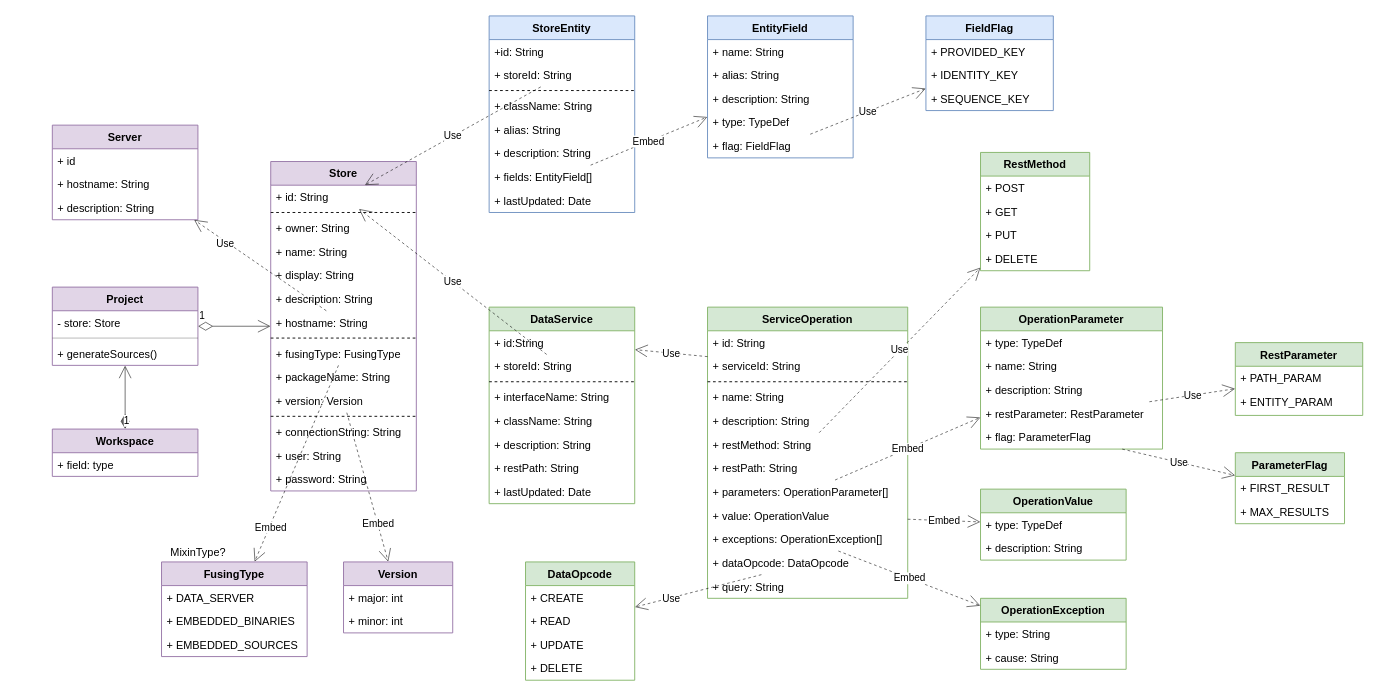
Before: page "API Gateway Meta" (1 of 7) of doc/diagrams.drawio in js-lib-com/tiny-store, a draw.io diagram. Source tidied: cells renumbered, new cells numbered last; positions are measured from the earlier drawing's top-left corner, leaving out a move shared by most shapes. Both pictures are drawn from the tidied source at 91%, with x=0, y=0 at pixel (52, 15).
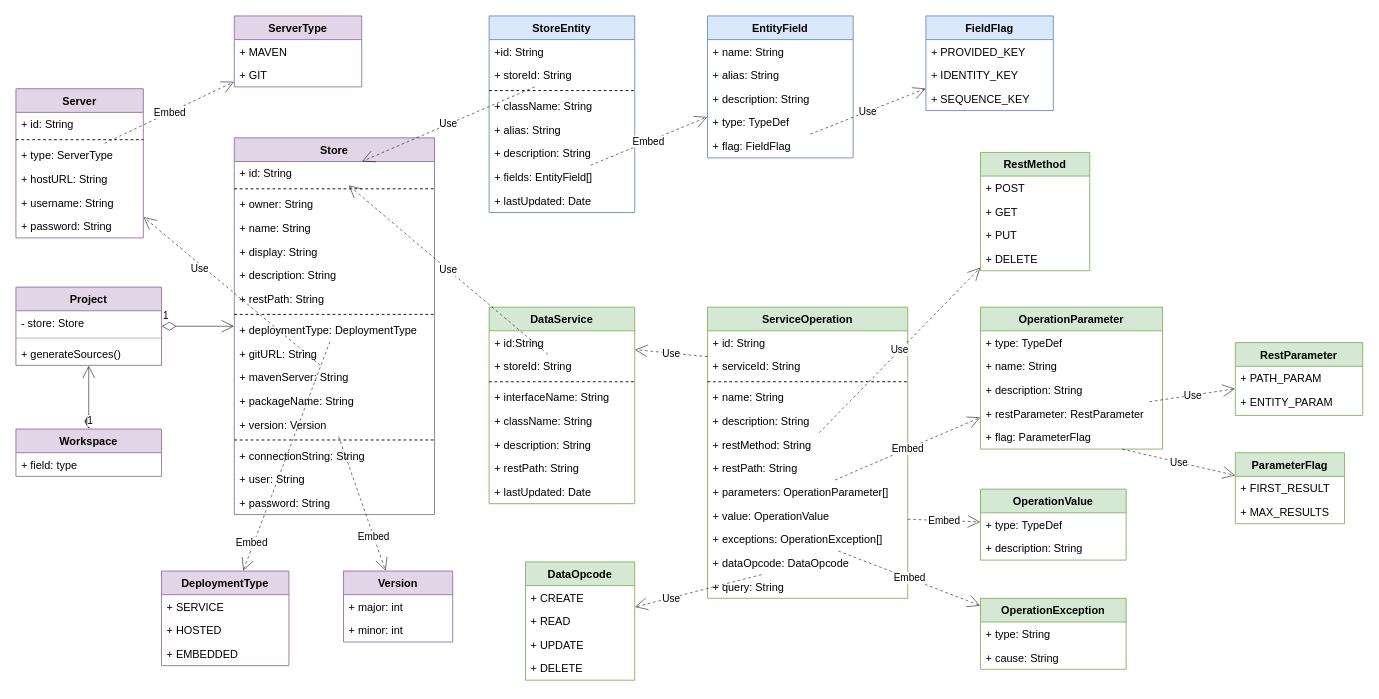
Above is the later version.

Diff of the diagram source:
```diff
@@
     <mxCell id="2" value="Store" style="swimlane;fontStyle=1;align=center;verticalAlign=top;horizontal=1;startSize=26;rounded=0;fillColor=#e1d5e7;strokeColor=#9673a6;" parent="1" vertex="1">
-      <mxGeometry x="240" y="160" width="160" height="362" as="geometry" />
+      <mxGeometry x="200" y="134" width="220" height="414" as="geometry" />
     </mxCell>
     <mxCell id="3" value="+ id: String" style="text;strokeColor=none;fillColor=none;align=left;verticalAlign=top;spacingLeft=4;spacingRight=4;overflow=hidden;points=[[0,0.5],[1,0.5]];portConstraint=eastwest;" parent="2" vertex="1">
-      <mxGeometry y="26" width="160" height="26" as="geometry" />
+      <mxGeometry y="26" width="220" height="26" as="geometry" />
     </mxCell>
     <mxCell id="4" style="line;strokeWidth=1;fillColor=none;align=left;verticalAlign=middle;spacingTop=-1;spacingLeft=3;spacingRight=3;labelPosition=right;dashed=1;" parent="2" vertex="1">
-      <mxGeometry y="52" width="160" height="8" as="geometry" />
+      <mxGeometry y="52" width="220" height="8" as="geometry" />
     </mxCell>
     <mxCell id="5" value="+ owner: String" style="text;strokeColor=none;fillColor=none;align=left;verticalAlign=top;spacingLeft=4;spacingRight=4;overflow=hidden;rounded=0;opacity=30;" parent="2" vertex="1">
-      <mxGeometry y="60" width="160" height="26" as="geometry" />
+      <mxGeometry y="60" width="220" height="26" as="geometry" />
     </mxCell>
     <mxCell id="6" value="+ name: String" style="text;strokeColor=none;fillColor=none;align=left;verticalAlign=top;spacingLeft=4;spacingRight=4;overflow=hidden;dashed=1;" parent="2" vertex="1">
-      <mxGeometry y="86" width="160" height="26" as="geometry" />
+      <mxGeometry y="86" width="220" height="26" as="geometry" />
     </mxCell>
     <mxCell id="7" value="+ display: String" style="text;strokeColor=none;fillColor=none;align=left;verticalAlign=top;spacingLeft=4;spacingRight=4;overflow=hidden;rounded=0;opacity=30;" parent="2" vertex="1">
-      <mxGeometry y="112" width="160" height="26" as="geometry" />
+      <mxGeometry y="112" width="220" height="26" as="geometry" />
     </mxCell>
     <mxCell id="8" value="+ description: String" style="text;strokeColor=none;fillColor=none;align=left;verticalAlign=top;spacingLeft=4;spacingRight=4;overflow=hidden;rounded=0;opacity=30;" parent="2" vertex="1">
-      <mxGeometry y="138" width="160" height="26" as="geometry" />
+      <mxGeometry y="138" width="220" height="26" as="geometry" />
     </mxCell>
-    <mxCell id="9" value="+ hostname: String" style="text;strokeColor=none;fillColor=none;align=left;verticalAlign=top;spacingLeft=4;spacingRight=4;overflow=hidden;points=[[0,0.5],[1,0.5]];portConstraint=eastwest;" parent="2" vertex="1">
-      <mxGeometry y="164" width="160" height="26" as="geometry" />
-    </mxCell>
+    <mxCell id="122" value="+ restPath: String" style="text;strokeColor=none;fillColor=none;align=left;verticalAlign=top;spacingLeft=4;spacingRight=4;overflow=hidden;" parent="2" vertex="1">
+      <mxGeometry y="164" width="220" height="26" as="geometry" />
+    </mxCell>
     <mxCell id="10" style="line;strokeWidth=1;fillColor=none;align=left;verticalAlign=middle;spacingTop=-1;spacingLeft=3;spacingRight=3;labelPosition=right;dashed=1;" parent="2" vertex="1">
-      <mxGeometry y="190" width="160" height="8" as="geometry" />
+      <mxGeometry y="190" width="220" height="8" as="geometry" />
     </mxCell>
-    <mxCell id="11" value="+ fusingType: FusingType" style="text;strokeColor=none;fillColor=none;align=left;verticalAlign=top;spacingLeft=4;spacingRight=4;overflow=hidden;points=[[0,0.5],[1,0.5]];portConstraint=eastwest;" parent="2" vertex="1">
-      <mxGeometry y="198" width="160" height="26" as="geometry" />
+    <mxCell id="11" value="+ deploymentType: DeploymentType" style="text;strokeColor=none;fillColor=none;align=left;verticalAlign=top;spacingLeft=4;spacingRight=4;overflow=hidden;points=[[0,0.5],[1,0.5]];portConstraint=eastwest;" parent="2" vertex="1">
+      <mxGeometry y="198" width="220" height="26" as="geometry" />
     </mxCell>
+    <mxCell id="123" value="+ gitURL: String" style="text;strokeColor=none;fillColor=none;align=left;verticalAlign=top;spacingLeft=4;spacingRight=4;overflow=hidden;" parent="2" vertex="1">
+      <mxGeometry y="224" width="220" height="26" as="geometry" />
+    </mxCell>
+    <mxCell id="124" value="+ mavenServer: String" style="text;strokeColor=none;fillColor=none;align=left;verticalAlign=top;spacingLeft=4;spacingRight=4;overflow=hidden;points=[[0,0.5],[1,0.5]];portConstraint=eastwest;" parent="2" vertex="1">
+      <mxGeometry y="250" width="220" height="26" as="geometry" />
+    </mxCell>
     <mxCell id="12" value="+ packageName: String" style="text;strokeColor=none;fillColor=none;align=left;verticalAlign=top;spacingLeft=4;spacingRight=4;overflow=hidden;rounded=0;opacity=30;" parent="2" vertex="1">
-      <mxGeometry y="224" width="160" height="26" as="geometry" />
+      <mxGeometry y="276" width="220" height="26" as="geometry" />
     </mxCell>
     <mxCell id="13" value="+ version: Version" style="text;strokeColor=none;fillColor=none;align=left;verticalAlign=top;spacingLeft=4;spacingRight=4;overflow=hidden;points=[[0,0.5],[1,0.5]];portConstraint=eastwest;rounded=0;opacity=30;" parent="2" vertex="1">
-      <mxGeometry y="250" width="160" height="26" as="geometry" />
+      <mxGeometry y="302" width="220" height="26" as="geometry" />
     </mxCell>
     <mxCell id="14" style="line;strokeWidth=1;fillColor=none;align=left;verticalAlign=middle;spacingTop=-1;spacingLeft=3;spacingRight=3;labelPosition=right;dashed=1;" parent="2" vertex="1">
-      <mxGeometry y="276" width="160" height="8" as="geometry" />
+      <mxGeometry y="328" width="220" height="8" as="geometry" />
     </mxCell>
     <mxCell id="15" value="+ connectionString: String" style="text;strokeColor=none;fillColor=none;align=left;verticalAlign=top;spacingLeft=4;spacingRight=4;overflow=hidden;rounded=0;opacity=30;" parent="2" vertex="1">
-      <mxGeometry y="284" width="160" height="26" as="geometry" />
+      <mxGeometry y="336" width="220" height="26" as="geometry" />
     </mxCell>
     <mxCell id="16" value="+ user: String" style="text;strokeColor=none;fillColor=none;align=left;verticalAlign=top;spacingLeft=4;spacingRight=4;overflow=hidden;rounded=0;opacity=30;" parent="2" vertex="1">
-      <mxGeometry y="310" width="160" height="26" as="geometry" />
+      <mxGeometry y="362" width="220" height="26" as="geometry" />
     </mxCell>
     <mxCell id="17" value="+ password: String" style="text;strokeColor=none;fillColor=none;align=left;verticalAlign=top;spacingLeft=4;spacingRight=4;overflow=hidden;rounded=0;opacity=30;" parent="2" vertex="1">
-      <mxGeometry y="336" width="160" height="26" as="geometry" />
+      <mxGeometry y="388" width="220" height="26" as="geometry" />
     </mxCell>
@@
     <mxCell id="36" value="Workspace" style="swimlane;fontStyle=1;align=center;verticalAlign=top;horizontal=1;startSize=26;rounded=0;fillColor=#e1d5e7;strokeColor=#9673a6;" parent="1" vertex="1">
-      <mxGeometry y="454" width="160" height="52" as="geometry" />
+      <mxGeometry x="-40" y="454" width="160" height="52" as="geometry" />
     </mxCell>
@@
     <mxCell id="38" value="Project" style="swimlane;fontStyle=1;align=center;verticalAlign=top;horizontal=1;startSize=26;rounded=0;fillColor=#e1d5e7;strokeColor=#9673a6;" parent="1" vertex="1">
-      <mxGeometry y="298" width="160" height="86" as="geometry" />
+      <mxGeometry x="-40" y="298" width="160" height="86" as="geometry" />
     </mxCell>
@@
-    <mxCell id="96" value="Server" style="swimlane;fontStyle=1;horizontal=1;startSize=26;fillColor=#e1d5e7;strokeColor=#9673a6;" parent="1" vertex="1">
-      <mxGeometry y="120" width="160" height="104" as="geometry" />
-    </mxCell>
-    <mxCell id="97" value="+ id" style="text;strokeColor=none;fillColor=none;align=left;verticalAlign=top;spacingLeft=4;spacingRight=4;overflow=hidden;" parent="96" vertex="1">
-      <mxGeometry y="26" width="160" height="26" as="geometry" />
-    </mxCell>
-    <mxCell id="98" value="+ hostname: String" style="text;strokeColor=none;fillColor=none;align=left;verticalAlign=top;spacingLeft=4;spacingRight=4;overflow=hidden;" parent="96" vertex="1">
-      <mxGeometry y="52" width="160" height="26" as="geometry" />
-    </mxCell>
-    <mxCell id="99" value="+ description: String" style="text;strokeColor=none;fillColor=none;align=left;verticalAlign=top;spacingLeft=4;spacingRight=4;overflow=hidden;" parent="96" vertex="1">
-      <mxGeometry y="78" width="160" height="26" as="geometry" />
-    </mxCell>
-    <mxCell id="100" value="Use" style="endArrow=open;endSize=12;dashed=1;html=1;rounded=0;opacity=60;" parent="1" edge="1" source="9" target="96">
-      <mxGeometry x="0.51" y="2" relative="1" as="geometry" />
-    </mxCell>
@@
     <mxCell id="112" value="Version" style="swimlane;fontStyle=1;align=center;verticalAlign=top;horizontal=1;startSize=26;fillColor=#e1d5e7;strokeColor=#9673a6;" parent="1" vertex="1">
-      <mxGeometry x="320" y="600" width="120" height="78" as="geometry" />
+      <mxGeometry x="320" y="610" width="120" height="78" as="geometry" />
     </mxCell>
@@
-    <mxCell id="116" value="FusingType" style="swimlane;fontStyle=1;horizontal=1;startSize=26;fillColor=#e1d5e7;strokeColor=#9673a6;" parent="1" vertex="1">
-      <mxGeometry x="120" y="600" width="160" height="104" as="geometry" />
+    <mxCell id="116" value="DeploymentType" style="swimlane;fontStyle=1;horizontal=1;startSize=26;fillColor=#e1d5e7;strokeColor=#9673a6;" parent="1" vertex="1">
+      <mxGeometry x="120" y="610" width="140" height="104" as="geometry" />
     </mxCell>
-    <mxCell id="117" value="+ DATA_SERVER" style="text;strokeColor=none;fillColor=none;align=left;verticalAlign=top;spacingLeft=4;spacingRight=4;overflow=hidden;" parent="116" vertex="1">
-      <mxGeometry y="26" width="160" height="26" as="geometry" />
+    <mxCell id="117" value="+ SERVICE" style="text;strokeColor=none;fillColor=none;align=left;verticalAlign=top;spacingLeft=4;spacingRight=4;overflow=hidden;" parent="116" vertex="1">
+      <mxGeometry y="26" width="140" height="26" as="geometry" />
     </mxCell>
+    <mxCell id="125" value="+ HOSTED" style="text;strokeColor=none;fillColor=none;align=left;verticalAlign=top;spacingLeft=4;spacingRight=4;overflow=hidden;" parent="116" vertex="1">
+      <mxGeometry y="52" width="140" height="26" as="geometry" />
+    </mxCell>
-    <mxCell id="118" value="+ EMBEDDED_BINARIES" style="text;strokeColor=none;fillColor=none;align=left;verticalAlign=top;spacingLeft=4;spacingRight=4;overflow=hidden;" parent="116" vertex="1">
-      <mxGeometry y="52" width="160" height="26" as="geometry" />
+    <mxCell id="118" value="+ EMBEDDED" style="text;strokeColor=none;fillColor=none;align=left;verticalAlign=top;spacingLeft=4;spacingRight=4;overflow=hidden;" parent="116" vertex="1">
+      <mxGeometry y="78" width="140" height="26" as="geometry" />
     </mxCell>
-    <mxCell id="119" value="+ EMBEDDED_SOURCES" style="text;strokeColor=none;fillColor=none;align=left;verticalAlign=top;spacingLeft=4;spacingRight=4;overflow=hidden;" parent="116" vertex="1">
-      <mxGeometry y="78" width="160" height="26" as="geometry" />
-    </mxCell>
     <mxCell id="120" value="Embed" style="endArrow=open;endSize=12;dashed=1;html=1;rounded=0;opacity=60;" parent="1" edge="1" source="11" target="116">
-      <mxGeometry x="0.64" y="1" relative="1" as="geometry" />
+      <mxGeometry x="0.76" y="-2" relative="1" as="geometry" />
     </mxCell>
-    <mxCell id="121" value="MixinType?" style="text;html=1;align=center;verticalAlign=middle;strokeColor=none;fillColor=none;" parent="1" vertex="1">
-      <mxGeometry x="120" y="580" width="80" height="20" as="geometry" />
-    </mxCell>
+    <mxCell id="96" value="Server" style="swimlane;fontStyle=1;horizontal=1;startSize=26;fillColor=#e1d5e7;strokeColor=#9673a6;" parent="1" vertex="1">
+      <mxGeometry x="-40" y="80" width="140" height="164" as="geometry" />
+    </mxCell>
+    <mxCell id="126" value="+ id: String" style="text;strokeColor=none;fillColor=none;align=left;verticalAlign=top;spacingLeft=4;spacingRight=4;overflow=hidden;" parent="96" vertex="1">
+      <mxGeometry y="26" width="140" height="26" as="geometry" />
+    </mxCell>
+    <mxCell id="127" style="line;strokeWidth=1;fillColor=none;align=left;verticalAlign=middle;spacingTop=-1;spacingLeft=3;spacingRight=3;labelPosition=right;dashed=1;" parent="96" vertex="1">
+      <mxGeometry y="52" width="140" height="8" as="geometry" />
+    </mxCell>
+    <mxCell id="128" value="+ type: ServerType" style="text;strokeColor=none;fillColor=none;align=left;verticalAlign=top;spacingLeft=4;spacingRight=4;overflow=hidden;points=[[0,0.5],[1,0.5]];portConstraint=eastwest;" parent="96" vertex="1">
+      <mxGeometry y="60" width="140" height="26" as="geometry" />
+    </mxCell>
+    <mxCell id="129" value="+ hostURL: String" style="text;strokeColor=none;fillColor=none;align=left;verticalAlign=top;spacingLeft=4;spacingRight=4;overflow=hidden;" parent="96" vertex="1">
+      <mxGeometry y="86" width="140" height="26" as="geometry" />
+    </mxCell>
+    <mxCell id="130" value="+ username: String" style="text;strokeColor=none;fillColor=none;align=left;verticalAlign=top;spacingLeft=4;spacingRight=4;overflow=hidden;" parent="96" vertex="1">
+      <mxGeometry y="112" width="140" height="26" as="geometry" />
+    </mxCell>
+    <mxCell id="131" value="+ password: String" style="text;strokeColor=none;fillColor=none;align=left;verticalAlign=top;spacingLeft=4;spacingRight=4;overflow=hidden;" parent="96" vertex="1">
+      <mxGeometry y="138" width="140" height="26" as="geometry" />
+    </mxCell>
+    <mxCell id="132" value="ServerType" style="swimlane;fontStyle=1;horizontal=1;startSize=26;fillColor=#e1d5e7;strokeColor=#9673a6;" parent="1" vertex="1">
+      <mxGeometry x="200" width="140" height="78" as="geometry" />
+    </mxCell>
+    <mxCell id="133" value="+ MAVEN" style="text;strokeColor=none;fillColor=none;align=left;verticalAlign=top;spacingLeft=4;spacingRight=4;overflow=hidden;" parent="132" vertex="1">
+      <mxGeometry y="26" width="140" height="26" as="geometry" />
+    </mxCell>
+    <mxCell id="134" value="+ GIT" style="text;strokeColor=none;fillColor=none;align=left;verticalAlign=top;spacingLeft=4;spacingRight=4;overflow=hidden;" parent="132" vertex="1">
+      <mxGeometry y="52" width="140" height="26" as="geometry" />
+    </mxCell>
+    <mxCell id="135" value="Embed" style="endArrow=open;endSize=12;dashed=1;html=1;rounded=0;opacity=60;" parent="1" edge="1" source="128" target="132">
+      <mxGeometry relative="1" as="geometry" />
+    </mxCell>
+    <mxCell id="100" value="Use" style="endArrow=open;endSize=12;dashed=1;html=1;rounded=0;opacity=60;" parent="1" edge="1" source="124" target="96">
+      <mxGeometry x="0.33" y="4" relative="1" as="geometry" />
+    </mxCell>
```
